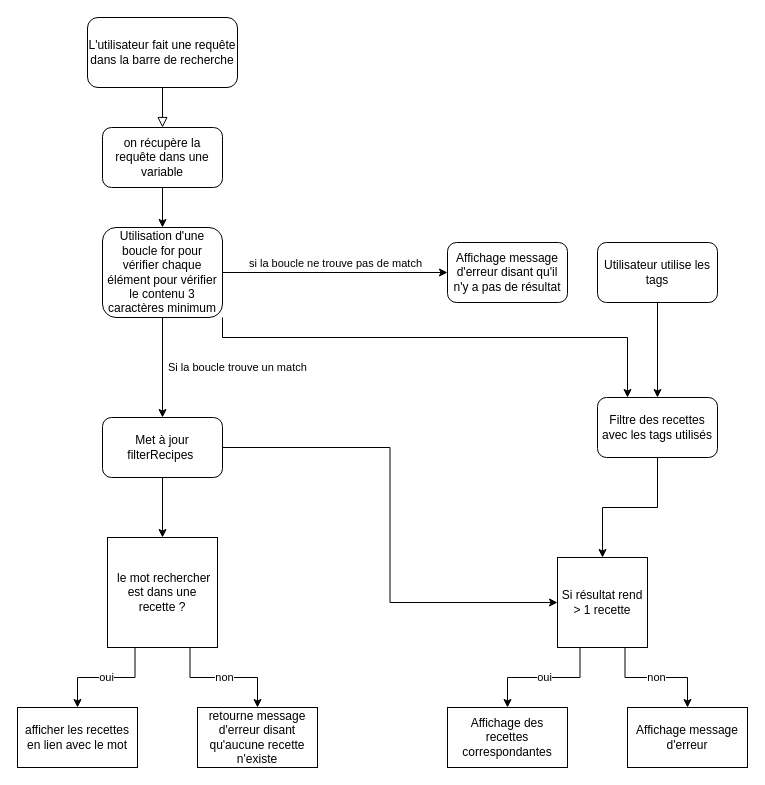
Dakusy/P11_PetitsPlats keeps this draw.io diagram as assets/Diagramme Algo 2.drawio. Above is the earlier version. Source tidied: cells renumbered, new cells numbered last; positions are measured from the earlier drawing's top-left corner, leaving out a move shared by most shapes. Both pictures are drawn from the tidied source at 100%, with x=0, y=0 at pixel (17, 17).
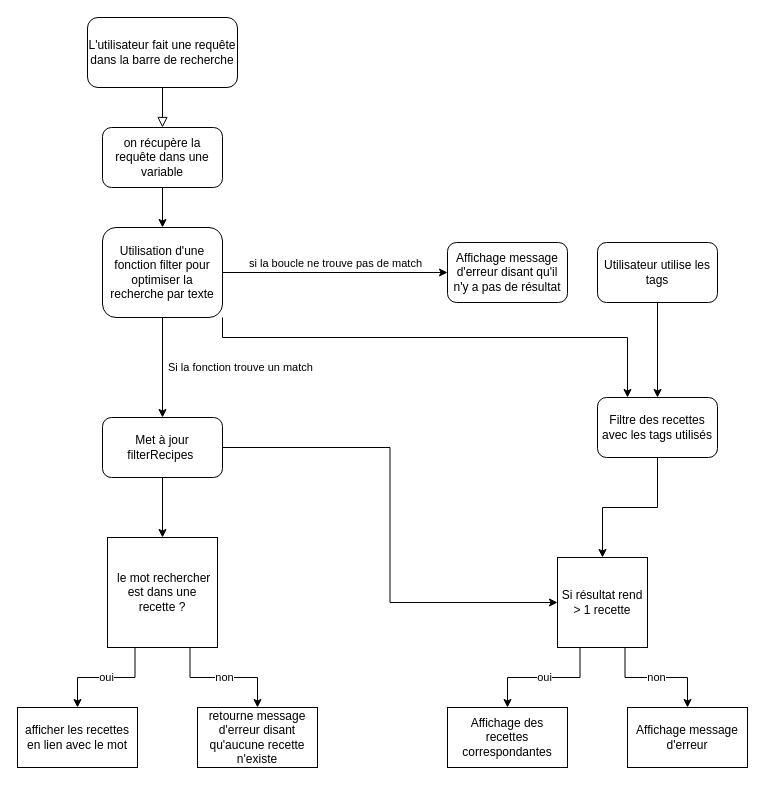
Above is the later version.

Commit message:
Mettre à jour Diagramme Algo 2.drawio

The change refers to these unchanged cells:
```xml
<mxCell id="11" value="Met à jour filterRecipes&amp;nbsp;" style="rounded=1;whiteSpace=wrap;html=1;" parent="1" vertex="1">
  <mxGeometry x="85" y="400" width="120" height="60" as="geometry" />
</mxCell>
```

What changed in the source:
```diff
@@
-    <mxCell id="8" value="Utilisation d'une boucle for pour vérifier chaque élément pour vérifier le contenu 3 caractères minimum" style="rounded=1;whiteSpace=wrap;html=1;" parent="1" vertex="1">
+    <mxCell id="8" value="Utilisation d'une fonction filter pour optimiser la recherche par texte" style="rounded=1;whiteSpace=wrap;html=1;" parent="1" vertex="1">
       <mxGeometry x="85" y="210" width="120" height="90" as="geometry" />
     </mxCell>
@@
-    <mxCell id="12" value="Si la boucle trouve un match" style="edgeStyle=orthogonalEdgeStyle;rounded=0;jettySize=auto;html=1;exitX=0.5;exitY=1;exitDx=0;exitDy=0;align=left;spacing=4;spacingLeft=2;" parent="1" edge="1" source="8" target="11">
+    <mxCell id="12" value="Si la fonction trouve un match" style="edgeStyle=orthogonalEdgeStyle;rounded=0;jettySize=auto;html=1;exitX=0.5;exitY=1;exitDx=0;exitDy=0;align=left;spacing=4;spacingLeft=2;" parent="1" edge="1" source="8" target="11">
       <mxGeometry relative="1" as="geometry" />
     </mxCell>
```
